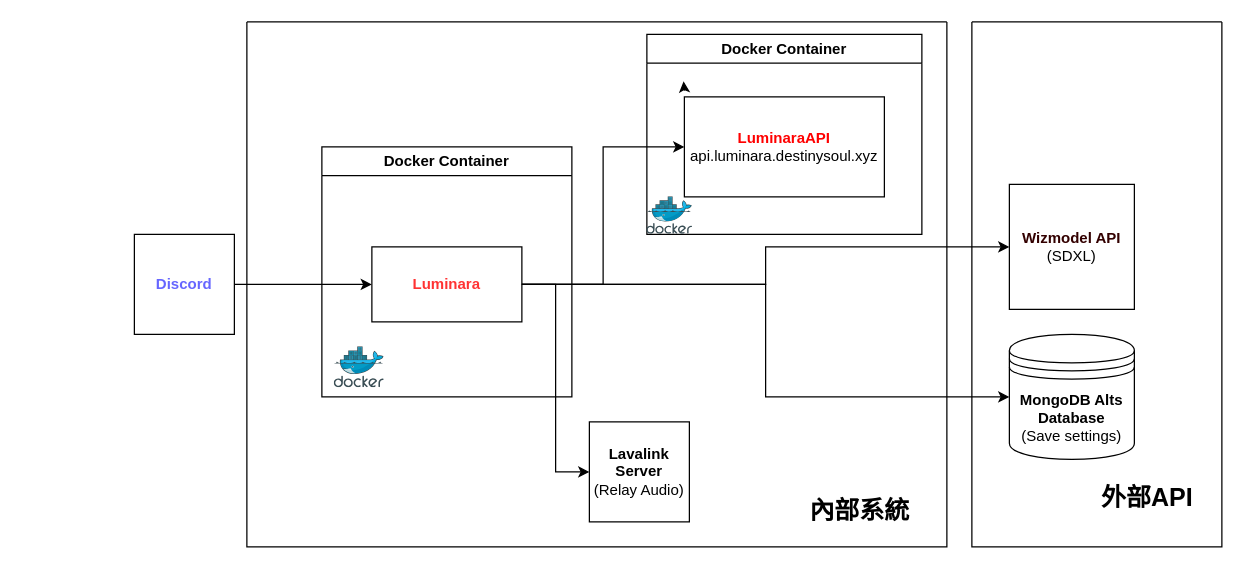
This is Luminara.drawio from EarthlyEric/draw.io, a draw.io file, before an edit. Source tidied: cells renumbered, new cells numbered last; positions are measured from the earlier drawing's top-left corner, leaving out a move shared by most shapes. Both pictures are drawn from the tidied source at 125%, with x=0, y=0 at pixel (134, 21).
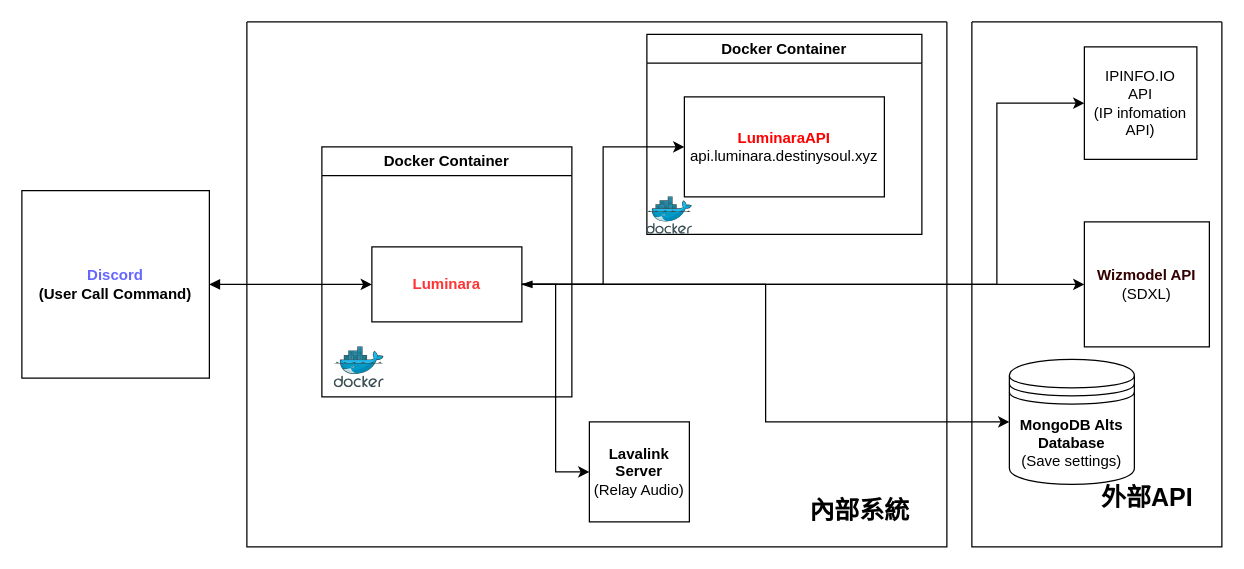
The same diagram, later.

Unchanged cells that the change refers to:
```xml
<mxCell id="5" style="swimlane;startSize=0;" parent="1" vertex="1">
  <mxGeometry x="90" width="560" height="420" as="geometry" />
</mxCell>
<mxCell id="10" value="&lt;b&gt;&lt;font color=&quot;#ff3333&quot;&gt;Luminara&lt;/font&gt;&lt;/b&gt;" style="whiteSpace=wrap;html=1;" parent="8" vertex="1">
  <mxGeometry x="40" y="80" width="120" height="60" as="geometry" />
</mxCell>
<mxCell id="19" style="swimlane;startSize=0;" parent="1" vertex="1">
  <mxGeometry x="670" width="200" height="420" as="geometry" />
</mxCell>
```

The edit, as a diff of the source:
```diff
@@
-    <mxCell id="2" style="edgeStyle=orthogonalEdgeStyle;rounded=0;jettySize=auto;html=1;entryX=0;entryY=0.5;entryDx=0;entryDy=0;" parent="1" edge="1" source="3" target="10">
+    <mxCell id="2" style="edgeStyle=orthogonalEdgeStyle;rounded=0;jettySize=auto;html=1;entryX=0;entryY=0.5;entryDx=0;entryDy=0;startArrow=block;startFill=1;" parent="1" edge="1" source="3" target="10">
       <mxGeometry relative="1" as="geometry" />
     </mxCell>
-    <mxCell id="3" value="&lt;font color=&quot;#6666ff&quot;&gt;&lt;b&gt;Discord&lt;/b&gt;&lt;/font&gt;" style="whiteSpace=wrap;html=1;" parent="1" vertex="1">
-      <mxGeometry y="170" width="80" height="80" as="geometry" />
+    <mxCell id="3" value="&lt;b style=&quot;&quot;&gt;&lt;font color=&quot;#6666ff&quot;&gt;Discord&lt;/font&gt;&lt;br&gt;(User Call&amp;nbsp;&lt;/b&gt;&lt;b style=&quot;background-color: initial;&quot;&gt;Command)&lt;/b&gt;" style="whiteSpace=wrap;html=1;" parent="1" vertex="1">
+      <mxGeometry x="-90" y="135" width="150" height="150" as="geometry" />
     </mxCell>
-    <mxCell id="4" value="&lt;b&gt;MongoDB Alts&lt;/b&gt;&lt;div&gt;&lt;b&gt;Database&lt;br&gt;&lt;/b&gt;(Save settings)&lt;/div&gt;" style="shape=datastore;whiteSpace=wrap;html=1;" parent="1" vertex="1">
-      <mxGeometry x="700" y="250" width="100" height="100" as="geometry" />
-    </mxCell>
@@
-    <mxCell id="7" style="edgeStyle=orthogonalEdgeStyle;rounded=0;orthogonalLoop=1;jettySize=auto;html=1;exitX=0;exitY=0;exitDx=0;exitDy=45;exitPerimeter=0;entryX=-0.003;entryY=0.251;entryDx=0;entryDy=0;entryPerimeter=0;" parent="5" edge="1">
-      <mxGeometry relative="1" as="geometry">
-        <mxPoint x="350" y="55" as="sourcePoint" />
-        <mxPoint x="349.4" y="47.6" as="targetPoint" />
-      </mxGeometry>
-    </mxCell>
@@
     <mxCell id="21" value="&lt;b&gt;&lt;font color=&quot;#330000&quot;&gt;Wizmodel API&lt;/font&gt;&lt;/b&gt;&lt;br&gt;(SDXL)" style="whiteSpace=wrap;html=1;" parent="19" vertex="1">
-      <mxGeometry x="30" y="130" width="100" height="100" as="geometry" />
+      <mxGeometry x="90" y="160" width="100" height="100" as="geometry" />
     </mxCell>
+    <mxCell id="22" value="IPINFO.IO&lt;br&gt;API&lt;div&gt;(IP infomation API)&lt;/div&gt;" style="whiteSpace=wrap;html=1;" parent="19" vertex="1">
+      <mxGeometry x="90" y="20" width="90" height="90" as="geometry" />
+    </mxCell>
+    <mxCell id="4" value="&lt;b&gt;MongoDB Alts&lt;/b&gt;&lt;div&gt;&lt;b&gt;Database&lt;br&gt;&lt;/b&gt;(Save settings)&lt;/div&gt;" style="shape=datastore;whiteSpace=wrap;html=1;" parent="19" vertex="1">
+      <mxGeometry x="30" y="270" width="100" height="100" as="geometry" />
+    </mxCell>
+    <mxCell id="23" style="edgeStyle=orthogonalEdgeStyle;rounded=0;jettySize=auto;html=1;entryX=0;entryY=0.5;entryDx=0;entryDy=0;startArrow=blockThin;startFill=1;" parent="1" edge="1" source="10" target="22">
+      <mxGeometry relative="1" as="geometry">
+        <Array as="points">
+          <mxPoint x="690" y="210" />
+          <mxPoint x="690" y="65" />
+        </Array>
+      </mxGeometry>
+    </mxCell>
```
